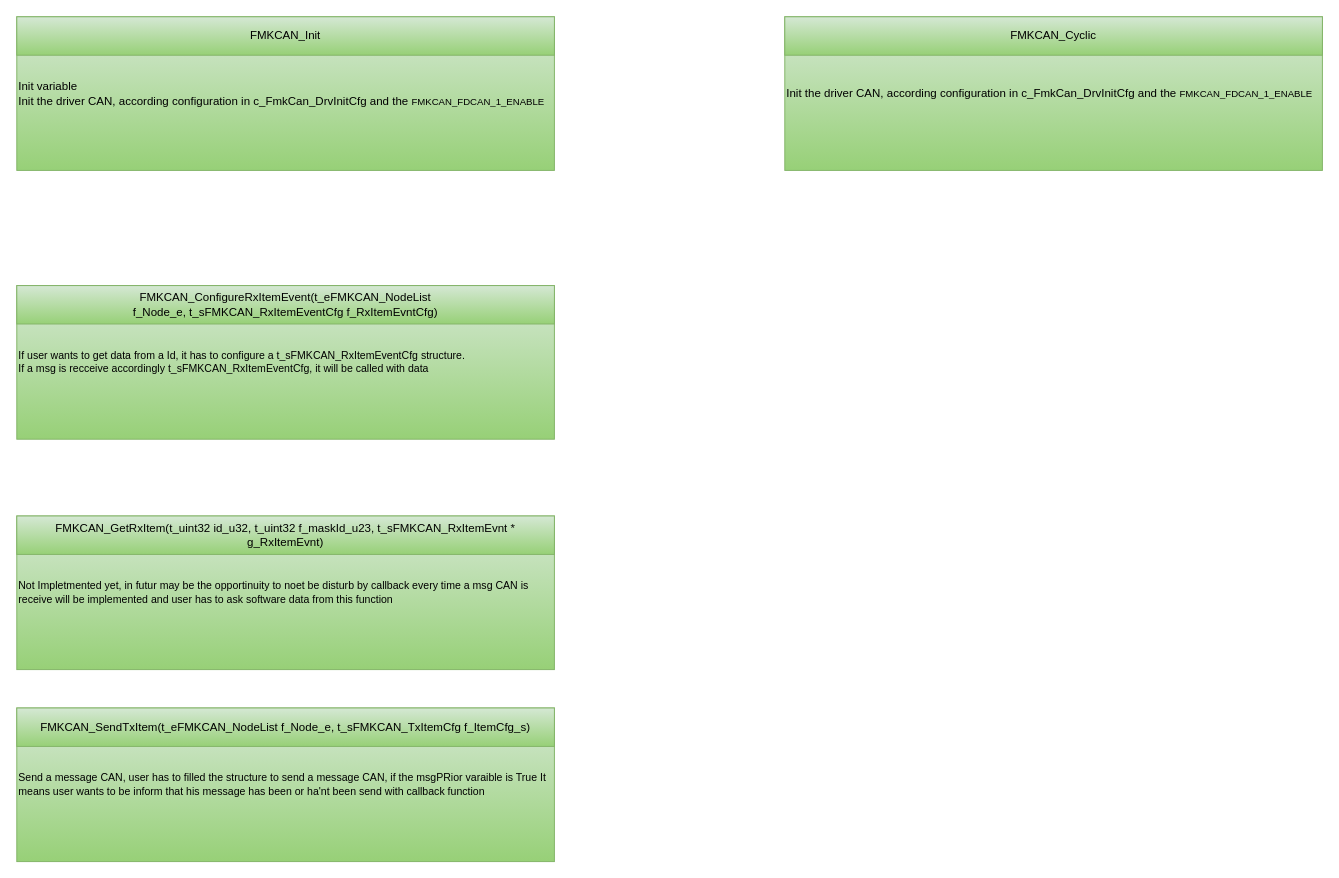
mbarbeau0545/PickersRobotPOC keeps this draw.io diagram as page "API" (3 of 17) of src/1_FMK/FMK_HAL/FMK_CAN/Doc/Architecture/FMK_CAN.drawio. Above is the earlier version. Source tidied: cells renumbered, new cells numbered last; positions are measured from the earlier drawing's top-left corner, leaving out a move shared by most shapes. Both pictures are drawn from the tidied source at 96%, with x=0, y=0 at pixel (16, 16).
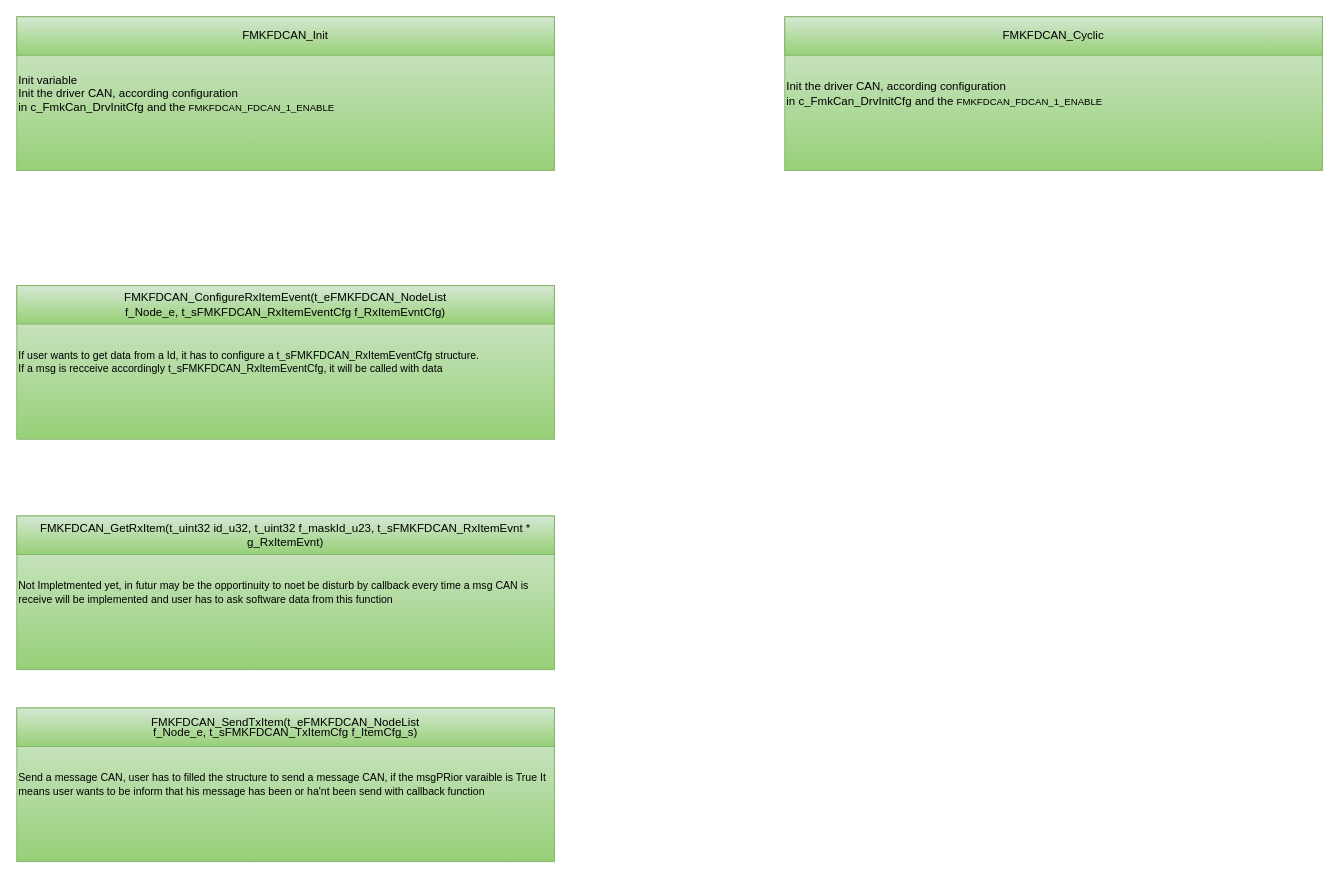
Above is the later version.

Change to the diagram source:
```diff
@@
 <mxGraphModel>
   <root>
     <mxCell id="0" />
     <mxCell id="1" parent="0" />
     <mxCell id="2" style="group;" parent="1" vertex="1">
       <mxGeometry width="560" height="160" as="geometry" />
     </mxCell>
-    <mxCell id="3" value="&lt;div&gt;Init variable&lt;/div&gt;Init the driver CAN, according configuration in&lt;font style=&quot;font-size: 12px;&quot;&gt;&amp;nbsp;&lt;span style=&quot;text-wrap: nowrap;&quot;&gt;c_FmkCan_DrvInitCfg and the&amp;nbsp;&lt;/span&gt;&lt;span style=&quot;text-wrap: nowrap; font-size: 10px;&quot;&gt;FMKCAN_FDCAN_1_ENABLE&lt;/span&gt;&lt;span style=&quot;text-wrap: nowrap;&quot;&gt;&amp;nbsp;&lt;/span&gt;&lt;/font&gt;" style="rounded=0;whiteSpace=wrap;html=1;fillColor=#d5e8d4;gradientColor=#97d077;strokeColor=#82b366;fontColor=#000000;align=left;" parent="2" vertex="1">
+    <mxCell id="3" value="&lt;div&gt;Init variable&lt;/div&gt;Init the driver CAN, according configuration in&lt;font style=&quot;font-size: 12px;&quot;&gt;&amp;nbsp;&lt;span style=&quot;text-wrap: nowrap;&quot;&gt;c_FmkCan_DrvInitCfg and the&amp;nbsp;&lt;/span&gt;&lt;span style=&quot;text-wrap: nowrap; font-size: 10px;&quot;&gt;FMKFDCAN_FDCAN_1_ENABLE&lt;/span&gt;&lt;span style=&quot;text-wrap: nowrap;&quot;&gt;&amp;nbsp;&lt;/span&gt;&lt;/font&gt;" style="rounded=0;whiteSpace=wrap;html=1;fillColor=#d5e8d4;gradientColor=#97d077;strokeColor=#82b366;fontColor=#000000;align=left;" parent="2" vertex="1">
       <mxGeometry width="560" height="160" as="geometry" />
     </mxCell>
-    <mxCell id="4" value="FMKCAN_Init" style="rounded=0;whiteSpace=wrap;html=1;fillColor=#d5e8d4;gradientColor=#97d077;strokeColor=#82b366;fontColor=#000000;" parent="2" vertex="1">
+    <mxCell id="4" value="FMKFDCAN_Init" style="rounded=0;whiteSpace=wrap;html=1;fillColor=#d5e8d4;gradientColor=#97d077;strokeColor=#82b366;fontColor=#000000;" parent="2" vertex="1">
       <mxGeometry width="560" height="40" as="geometry" />
     </mxCell>
     <mxCell id="5" style="group;" parent="1" vertex="1">
       <mxGeometry x="800" width="560" height="160" as="geometry" />
     </mxCell>
-    <mxCell id="6" value="Init the driver CAN, according configuration in&lt;font style=&quot;font-size: 12px;&quot;&gt;&amp;nbsp;&lt;span style=&quot;text-wrap: nowrap;&quot;&gt;c_FmkCan_DrvInitCfg and the&amp;nbsp;&lt;/span&gt;&lt;span style=&quot;text-wrap: nowrap; font-size: 10px;&quot;&gt;FMKCAN_FDCAN_1_ENABLE&lt;/span&gt;&lt;span style=&quot;text-wrap: nowrap;&quot;&gt;&amp;nbsp;&lt;/span&gt;&lt;/font&gt;" style="rounded=0;whiteSpace=wrap;html=1;fillColor=#d5e8d4;gradientColor=#97d077;strokeColor=#82b366;fontColor=#000000;align=left;" parent="5" vertex="1">
+    <mxCell id="6" value="Init the driver CAN, according configuration in&lt;font style=&quot;font-size: 12px;&quot;&gt;&amp;nbsp;&lt;span style=&quot;text-wrap: nowrap;&quot;&gt;c_FmkCan_DrvInitCfg and the&amp;nbsp;&lt;/span&gt;&lt;span style=&quot;text-wrap: nowrap; font-size: 10px;&quot;&gt;FMKFDCAN_FDCAN_1_ENABLE&lt;/span&gt;&lt;span style=&quot;text-wrap: nowrap;&quot;&gt;&amp;nbsp;&lt;/span&gt;&lt;/font&gt;" style="rounded=0;whiteSpace=wrap;html=1;fillColor=#d5e8d4;gradientColor=#97d077;strokeColor=#82b366;fontColor=#000000;align=left;" parent="5" vertex="1">
       <mxGeometry width="560" height="160" as="geometry" />
     </mxCell>
-    <mxCell id="7" value="FMKCAN_Cyclic" style="rounded=0;whiteSpace=wrap;html=1;fillColor=#d5e8d4;gradientColor=#97d077;strokeColor=#82b366;fontColor=#000000;" parent="5" vertex="1">
+    <mxCell id="7" value="FMKFDCAN_Cyclic" style="rounded=0;whiteSpace=wrap;html=1;fillColor=#d5e8d4;gradientColor=#97d077;strokeColor=#82b366;fontColor=#000000;" parent="5" vertex="1">
       <mxGeometry width="560" height="40" as="geometry" />
     </mxCell>
     <mxCell id="8" style="group;fontSize=11;" parent="1" vertex="1">
       <mxGeometry y="280" width="560" height="160" as="geometry" />
     </mxCell>
-    <mxCell id="9" value="If user wants to get data from a Id, it has to configure a&amp;nbsp;&lt;span style=&quot;text-wrap: nowrap; font-size: 11px;&quot;&gt;t_sFMKCAN_RxItemEventCfg&lt;font style=&quot;font-size: 11px;&quot;&gt;&amp;nbsp;structure.&lt;/font&gt;&lt;/span&gt;&lt;div style=&quot;font-size: 11px;&quot;&gt;&lt;span style=&quot;text-wrap: nowrap; font-size: 11px;&quot;&gt;&lt;font style=&quot;font-size: 11px;&quot;&gt;If a msg is recceive accordingly&amp;nbsp;&lt;/font&gt;&lt;/span&gt;&lt;span style=&quot;background-color: initial; text-wrap: nowrap; font-size: 11px;&quot;&gt;t_sFMKCAN_RxItemEventCfg&lt;font style=&quot;font-size: 11px;&quot;&gt;, it will be called with data&lt;/font&gt;&lt;/span&gt;&lt;/div&gt;" style="rounded=0;whiteSpace=wrap;html=1;fillColor=#d5e8d4;gradientColor=#97d077;strokeColor=#82b366;fontColor=#000000;align=left;fontSize=11;" parent="8" vertex="1">
+    <mxCell id="9" value="If user wants to get data from a Id, it has to configure a&amp;nbsp;&lt;span style=&quot;text-wrap: nowrap; font-size: 11px;&quot;&gt;t_sFMKFDCAN_RxItemEventCfg&lt;font style=&quot;font-size: 11px;&quot;&gt;&amp;nbsp;structure.&lt;/font&gt;&lt;/span&gt;&lt;div style=&quot;font-size: 11px;&quot;&gt;&lt;span style=&quot;text-wrap: nowrap; font-size: 11px;&quot;&gt;&lt;font style=&quot;font-size: 11px;&quot;&gt;If a msg is recceive accordingly&amp;nbsp;&lt;/font&gt;&lt;/span&gt;&lt;span style=&quot;background-color: initial; text-wrap: nowrap; font-size: 11px;&quot;&gt;t_sFMKFDCAN_RxItemEventCfg&lt;font style=&quot;font-size: 11px;&quot;&gt;, it will be called with data&lt;/font&gt;&lt;/span&gt;&lt;/div&gt;" style="rounded=0;whiteSpace=wrap;html=1;fillColor=#d5e8d4;gradientColor=#97d077;strokeColor=#82b366;fontColor=#000000;align=left;fontSize=11;" parent="8" vertex="1">
       <mxGeometry width="560" height="160" as="geometry" />
     </mxCell>
-    <mxCell id="10" value="FMKCAN_ConfigureRxItemEvent(t_eFMKCAN_NodeList f_Node_e,&amp;nbsp;&lt;span style=&quot;text-wrap: nowrap; text-align: left;&quot;&gt;t_sFMKCAN_RxItemEventCfg f_RxItemEvntCfg)&lt;/span&gt;" style="rounded=0;whiteSpace=wrap;html=1;fillColor=#d5e8d4;gradientColor=#97d077;strokeColor=#82b366;fontColor=#000000;" parent="8" vertex="1">
+    <mxCell id="10" value="FMKFDCAN_ConfigureRxItemEvent(t_eFMKFDCAN_NodeList f_Node_e,&amp;nbsp;&lt;span style=&quot;text-wrap: nowrap; text-align: left;&quot;&gt;t_sFMKFDCAN_RxItemEventCfg f_RxItemEvntCfg)&lt;/span&gt;" style="rounded=0;whiteSpace=wrap;html=1;fillColor=#d5e8d4;gradientColor=#97d077;strokeColor=#82b366;fontColor=#000000;" parent="8" vertex="1">
       <mxGeometry width="560" height="40" as="geometry" />
     </mxCell>
     <mxCell id="11" style="group;fontSize=11;" parent="1" vertex="1">
       <mxGeometry y="520" width="560" height="160" as="geometry" />
     </mxCell>
     <mxCell id="12" value="Not Impletmented yet, in futur may be the opportinuity to noet be disturb by callback every time a msg CAN is receive will be implemented and user has to ask software data from this function" style="rounded=0;whiteSpace=wrap;html=1;fillColor=#d5e8d4;gradientColor=#97d077;strokeColor=#82b366;fontColor=#000000;align=left;fontSize=11;" parent="11" vertex="1">
       <mxGeometry width="560" height="160" as="geometry" />
     </mxCell>
-    <mxCell id="13" value="FMKCAN_GetRxItem(t_uint32 id_u32, t_uint32 f_maskId_u23, t_sFMKCAN_RxItemEvnt * g_RxItemEvnt&lt;span style=&quot;text-wrap: nowrap; text-align: left;&quot;&gt;)&lt;/span&gt;" style="rounded=0;whiteSpace=wrap;html=1;fillColor=#d5e8d4;gradientColor=#97d077;strokeColor=#82b366;fontColor=#000000;" parent="11" vertex="1">
+    <mxCell id="13" value="FMKFDCAN_GetRxItem(t_uint32 id_u32, t_uint32 f_maskId_u23, t_sFMKFDCAN_RxItemEvnt * g_RxItemEvnt&lt;span style=&quot;text-wrap: nowrap; text-align: left;&quot;&gt;)&lt;/span&gt;" style="rounded=0;whiteSpace=wrap;html=1;fillColor=#d5e8d4;gradientColor=#97d077;strokeColor=#82b366;fontColor=#000000;" parent="11" vertex="1">
       <mxGeometry width="560" height="40" as="geometry" />
     </mxCell>
     <mxCell id="14" style="group;fontSize=11;" parent="1" vertex="1">
       <mxGeometry y="720" width="560" height="160" as="geometry" />
     </mxCell>
     <mxCell id="15" value="Send a message CAN, user has to filled the structure to send a message CAN, if the msgPRior varaible is True It means user wants to be inform that his message has been or ha'nt been send with callback function&amp;nbsp;" style="rounded=0;whiteSpace=wrap;html=1;fillColor=#d5e8d4;gradientColor=#97d077;strokeColor=#82b366;fontColor=#000000;align=left;fontSize=11;" parent="14" vertex="1">
       <mxGeometry width="560" height="160" as="geometry" />
     </mxCell>
-    <mxCell id="16" value="&lt;p style=&quot;line-height: 90%;&quot;&gt;FMKCAN_SendTxItem(t_eFMKCAN_NodeList f_Node_e,&amp;nbsp;&lt;span style=&quot;text-wrap: nowrap; text-align: left;&quot;&gt;t_sFMKCAN_TxItemCfg f_ItemCfg_s&lt;/span&gt;&lt;span style=&quot;text-wrap: nowrap; text-align: left;&quot;&gt;)&lt;/span&gt;&lt;br&gt;&lt;/p&gt;" style="rounded=0;whiteSpace=wrap;html=1;fillColor=#d5e8d4;gradientColor=#97d077;strokeColor=#82b366;fontColor=#000000;" parent="14" vertex="1">
+    <mxCell id="16" value="&lt;p style=&quot;line-height: 90%;&quot;&gt;FMKFDCAN_SendTxItem(t_eFMKFDCAN_NodeList f_Node_e,&amp;nbsp;&lt;span style=&quot;text-wrap: nowrap; text-align: left;&quot;&gt;t_sFMKFDCAN_TxItemCfg f_ItemCfg_s&lt;/span&gt;&lt;span style=&quot;text-wrap: nowrap; text-align: left;&quot;&gt;)&lt;/span&gt;&lt;br&gt;&lt;/p&gt;" style="rounded=0;whiteSpace=wrap;html=1;fillColor=#d5e8d4;gradientColor=#97d077;strokeColor=#82b366;fontColor=#000000;" parent="14" vertex="1">
       <mxGeometry width="560" height="40" as="geometry" />
     </mxCell>
   </root>
 </mxGraphModel>
```
